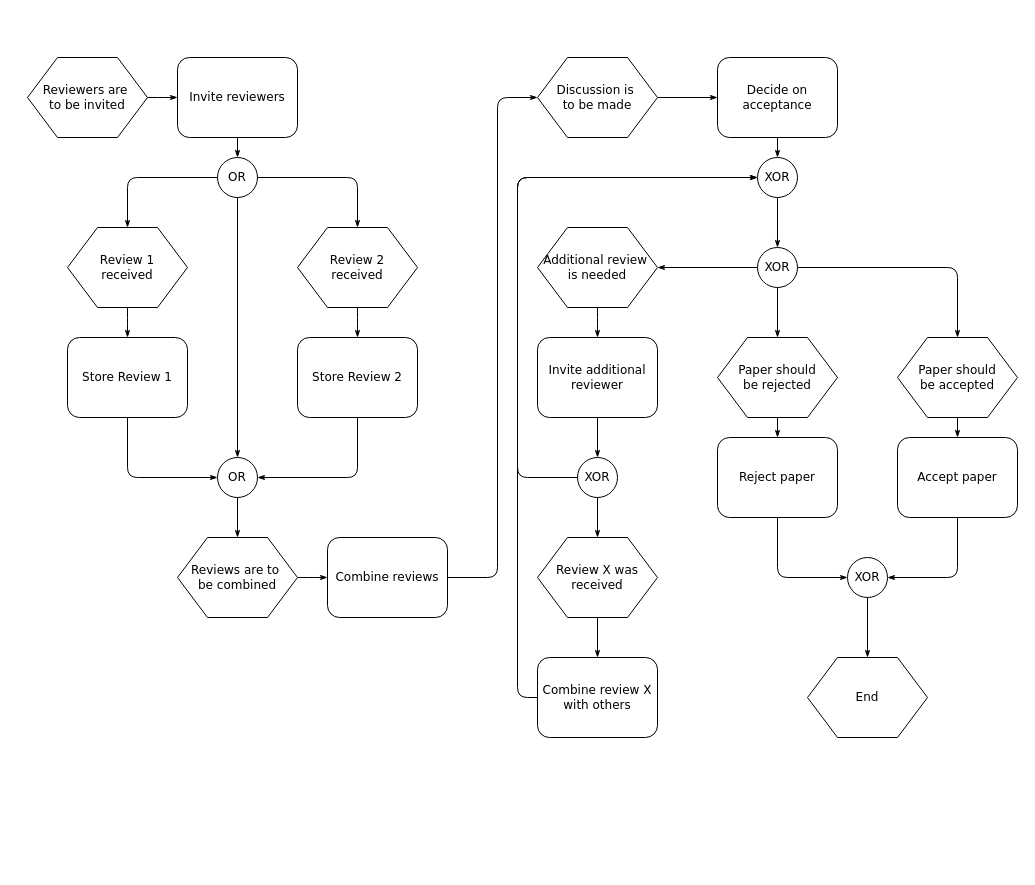
jing-yue/blog keeps this draw.io diagram as 2020/08/05/hello-world/Untitled Diagram.drawio. Above is the earlier version. Source tidied: cells renumbered, new cells numbered last; positions are measured from the earlier drawing's top-left corner, leaving out a move shared by most shapes. Both pictures are drawn from the tidied source at 100%, with x=0, y=0 at pixel (27, 57).
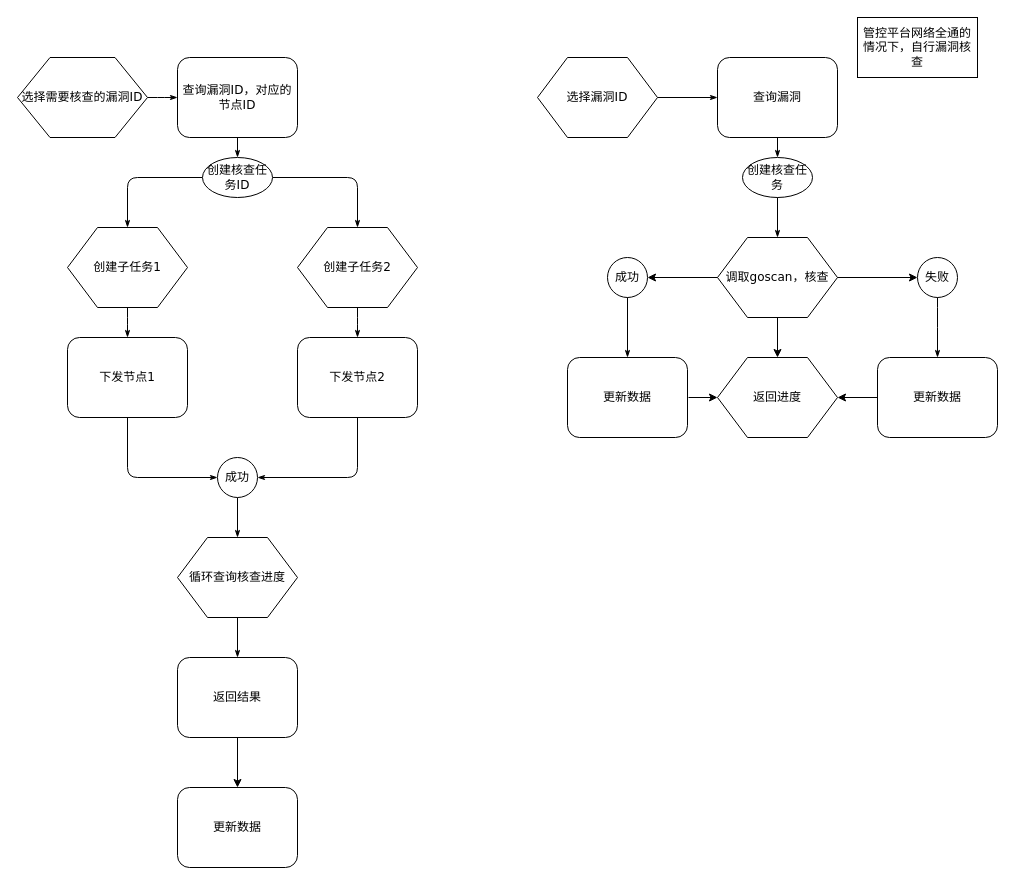
The same diagram, later.

The edit, as a diff of the source:
```diff
@@
-    <mxCell id="3" value="Reviewers are&amp;nbsp;&lt;div&gt;to&amp;nbsp;&lt;span&gt;be invited&lt;/span&gt;&lt;/div&gt;" style="shape=hexagon;perimeter=hexagonPerimeter;whiteSpace=wrap;html=1;rounded=0;shadow=0;labelBackgroundColor=none;strokeWidth=1;fontFamily=Verdana;fontSize=12;align=center;" parent="1" vertex="1">
-      <mxGeometry width="120" height="80" as="geometry" />
+    <mxCell id="3" value="选择需要核查的漏洞ID" style="shape=hexagon;perimeter=hexagonPerimeter;whiteSpace=wrap;html=1;rounded=0;shadow=0;labelBackgroundColor=none;strokeWidth=1;fontFamily=Verdana;fontSize=12;align=center;" parent="1" vertex="1">
+      <mxGeometry x="-10" width="130" height="80" as="geometry" />
     </mxCell>
@@
-    <mxCell id="5" value="Invite reviewers" style="rounded=1;whiteSpace=wrap;html=1;shadow=0;labelBackgroundColor=none;strokeWidth=1;fontFamily=Verdana;fontSize=12;align=center;" parent="1" vertex="1">
+    <mxCell id="5" value="查询漏洞ID，对应的节点ID" style="rounded=1;whiteSpace=wrap;html=1;shadow=0;labelBackgroundColor=none;strokeWidth=1;fontFamily=Verdana;fontSize=12;align=center;" parent="1" vertex="1">
       <mxGeometry x="150" width="120" height="80" as="geometry" />
     </mxCell>
@@
-    <mxCell id="8" style="edgeStyle=orthogonalEdgeStyle;rounded=1;html=1;labelBackgroundColor=none;startArrow=none;startFill=0;startSize=5;endArrow=classicThin;endFill=1;endSize=5;jettySize=auto;strokeWidth=1;fontFamily=Verdana;fontSize=12;" parent="1" edge="1" source="9" target="19">
-      <mxGeometry relative="1" as="geometry" />
-    </mxCell>
-    <mxCell id="9" value="OR" style="ellipse;whiteSpace=wrap;html=1;rounded=1;shadow=0;labelBackgroundColor=none;strokeWidth=1;fontFamily=Verdana;fontSize=12;align=center;" parent="1" vertex="1">
-      <mxGeometry x="190" y="100" width="40" height="40" as="geometry" />
+    <mxCell id="9" value="创建核查任务ID" style="ellipse;whiteSpace=wrap;html=1;rounded=1;shadow=0;labelBackgroundColor=none;strokeWidth=1;fontFamily=Verdana;fontSize=12;align=center;" parent="1" vertex="1">
+      <mxGeometry x="175" y="100" width="70" height="40" as="geometry" />
     </mxCell>
@@
-    <mxCell id="11" value="Review 1&lt;div&gt;received&lt;/div&gt;" style="shape=hexagon;perimeter=hexagonPerimeter;whiteSpace=wrap;html=1;rounded=0;shadow=0;labelBackgroundColor=none;strokeWidth=1;fontFamily=Verdana;fontSize=12;align=center;" parent="1" vertex="1">
+    <mxCell id="11" value="创建子任务1" style="shape=hexagon;perimeter=hexagonPerimeter;whiteSpace=wrap;html=1;rounded=0;shadow=0;labelBackgroundColor=none;strokeWidth=1;fontFamily=Verdana;fontSize=12;align=center;" parent="1" vertex="1">
       <mxGeometry x="40" y="170" width="120" height="80" as="geometry" />
     </mxCell>
@@
-    <mxCell id="13" value="Review 2&lt;div&gt;received&lt;/div&gt;" style="shape=hexagon;perimeter=hexagonPerimeter;whiteSpace=wrap;html=1;rounded=0;shadow=0;labelBackgroundColor=none;strokeWidth=1;fontFamily=Verdana;fontSize=12;align=center;" parent="1" vertex="1">
+    <mxCell id="13" value="创建子任务2" style="shape=hexagon;perimeter=hexagonPerimeter;whiteSpace=wrap;html=1;rounded=0;shadow=0;labelBackgroundColor=none;strokeWidth=1;fontFamily=Verdana;fontSize=12;align=center;" parent="1" vertex="1">
       <mxGeometry x="270" y="170" width="120" height="80" as="geometry" />
     </mxCell>
@@
-    <mxCell id="15" value="Store Review 1" style="rounded=1;whiteSpace=wrap;html=1;shadow=0;labelBackgroundColor=none;strokeWidth=1;fontFamily=Verdana;fontSize=12;align=center;" parent="1" vertex="1">
+    <mxCell id="15" value="下发节点1" style="rounded=1;whiteSpace=wrap;html=1;shadow=0;labelBackgroundColor=none;strokeWidth=1;fontFamily=Verdana;fontSize=12;align=center;" parent="1" vertex="1">
       <mxGeometry x="40" y="280" width="120" height="80" as="geometry" />
     </mxCell>
@@
-    <mxCell id="17" value="Store Review 2" style="rounded=1;whiteSpace=wrap;html=1;shadow=0;labelBackgroundColor=none;strokeWidth=1;fontFamily=Verdana;fontSize=12;align=center;" parent="1" vertex="1">
+    <mxCell id="17" value="下发节点2" style="rounded=1;whiteSpace=wrap;html=1;shadow=0;labelBackgroundColor=none;strokeWidth=1;fontFamily=Verdana;fontSize=12;align=center;" parent="1" vertex="1">
       <mxGeometry x="270" y="280" width="120" height="80" as="geometry" />
     </mxCell>
@@
-    <mxCell id="19" value="OR" style="ellipse;whiteSpace=wrap;html=1;rounded=1;shadow=0;labelBackgroundColor=none;strokeWidth=1;fontFamily=Verdana;fontSize=12;align=center;" parent="1" vertex="1">
+    <mxCell id="19" value="成功" style="ellipse;whiteSpace=wrap;html=1;rounded=1;shadow=0;labelBackgroundColor=none;strokeWidth=1;fontFamily=Verdana;fontSize=12;align=center;" parent="1" vertex="1">
       <mxGeometry x="190" y="400" width="40" height="40" as="geometry" />
     </mxCell>
@@
-    <mxCell id="21" value="Reviews are to&amp;nbsp;&lt;div&gt;be combined&lt;/div&gt;" style="shape=hexagon;perimeter=hexagonPerimeter;whiteSpace=wrap;html=1;rounded=0;shadow=0;labelBackgroundColor=none;strokeWidth=1;fontFamily=Verdana;fontSize=12;align=center;" parent="1" vertex="1">
+    <mxCell id="21" value="循环查询核查进度" style="shape=hexagon;perimeter=hexagonPerimeter;whiteSpace=wrap;html=1;rounded=0;shadow=0;labelBackgroundColor=none;strokeWidth=1;fontFamily=Verdana;fontSize=12;align=center;" parent="1" vertex="1">
       <mxGeometry x="150" y="480" width="120" height="80" as="geometry" />
     </mxCell>
-    <mxCell id="22" style="edgeStyle=orthogonalEdgeStyle;rounded=1;html=1;labelBackgroundColor=none;startArrow=none;startFill=0;startSize=5;endArrow=classicThin;endFill=1;endSize=5;jettySize=auto;strokeWidth=1;fontFamily=Verdana;fontSize=8;" parent="1" edge="1" source="23" target="25">
-      <mxGeometry relative="1" as="geometry">
-        <Array as="points">
-          <mxPoint x="470" y="520" />
-          <mxPoint x="470" y="40" />
-        </Array>
-      </mxGeometry>
-    </mxCell>
+    <mxCell id="56" style="edgeStyle=orthogonalEdgeStyle;rounded=0;jettySize=auto;html=1;" parent="1" edge="1" source="23" target="57">
+      <mxGeometry relative="1" as="geometry" />
+    </mxCell>
-    <mxCell id="23" value="Combine reviews" style="rounded=1;whiteSpace=wrap;html=1;shadow=0;labelBackgroundColor=none;strokeWidth=1;fontFamily=Verdana;fontSize=12;align=center;" parent="1" vertex="1">
-      <mxGeometry x="300" y="480" width="120" height="80" as="geometry" />
+    <mxCell id="23" value="返回结果" style="rounded=1;whiteSpace=wrap;html=1;shadow=0;labelBackgroundColor=none;strokeWidth=1;fontFamily=Verdana;fontSize=12;align=center;" parent="1" vertex="1">
+      <mxGeometry x="150" y="600" width="120" height="80" as="geometry" />
     </mxCell>
@@
-    <mxCell id="25" value="Discussion is&amp;nbsp;&lt;div&gt;to be made&lt;/div&gt;" style="shape=hexagon;perimeter=hexagonPerimeter;whiteSpace=wrap;html=1;rounded=0;shadow=0;labelBackgroundColor=none;strokeWidth=1;fontFamily=Verdana;fontSize=12;align=center;" parent="1" vertex="1">
+    <mxCell id="25" value="选择漏洞ID" style="shape=hexagon;perimeter=hexagonPerimeter;whiteSpace=wrap;html=1;rounded=0;shadow=0;labelBackgroundColor=none;strokeWidth=1;fontFamily=Verdana;fontSize=12;align=center;" parent="1" vertex="1">
       <mxGeometry x="510" width="120" height="80" as="geometry" />
     </mxCell>
@@
-    <mxCell id="27" value="Decide on acceptance" style="rounded=1;whiteSpace=wrap;html=1;shadow=0;labelBackgroundColor=none;strokeWidth=1;fontFamily=Verdana;fontSize=12;align=center;" parent="1" vertex="1">
+    <mxCell id="27" value="查询漏洞" style="rounded=1;whiteSpace=wrap;html=1;shadow=0;labelBackgroundColor=none;strokeWidth=1;fontFamily=Verdana;fontSize=12;align=center;" parent="1" vertex="1">
       <mxGeometry x="690" width="120" height="80" as="geometry" />
     </mxCell>
-    <mxCell id="28" style="edgeStyle=orthogonalEdgeStyle;rounded=1;html=1;labelBackgroundColor=none;startArrow=none;startFill=0;startSize=5;endArrow=classicThin;endFill=1;endSize=5;jettySize=auto;strokeColor=#000000;strokeWidth=1;fontFamily=Verdana;fontSize=8;fontColor=#000000;" parent="1" edge="1" source="29" target="35">
-      <mxGeometry relative="1" as="geometry" />
-    </mxCell>
-    <mxCell id="29" value="XOR" style="ellipse;whiteSpace=wrap;html=1;rounded=1;shadow=0;labelBackgroundColor=none;strokeWidth=1;fontFamily=Verdana;fontSize=12;align=center;" parent="1" vertex="1">
-      <mxGeometry x="730" y="100" width="40" height="40" as="geometry" />
+    <mxCell id="29" value="创建核查任务" style="ellipse;whiteSpace=wrap;html=1;rounded=1;shadow=0;labelBackgroundColor=none;strokeWidth=1;fontFamily=Verdana;fontSize=12;align=center;" parent="1" vertex="1">
+      <mxGeometry x="715" y="100" width="70" height="40" as="geometry" />
     </mxCell>
-    <mxCell id="30" style="edgeStyle=orthogonalEdgeStyle;rounded=1;html=1;labelBackgroundColor=none;startArrow=none;startFill=0;startSize=5;endArrow=classicThin;endFill=1;endSize=5;jettySize=auto;strokeWidth=1;fontFamily=Verdana;fontSize=8;" parent="1" edge="1" source="31" target="37">
-      <mxGeometry relative="1" as="geometry" />
-    </mxCell>
-    <mxCell id="31" value="Additional review&amp;nbsp;&lt;div&gt;is needed&lt;/div&gt;" style="shape=hexagon;perimeter=hexagonPerimeter;whiteSpace=wrap;html=1;rounded=0;shadow=0;labelBackgroundColor=none;strokeWidth=1;fontFamily=Verdana;fontSize=12;align=center;" parent="1" vertex="1">
-      <mxGeometry x="510" y="170" width="120" height="80" as="geometry" />
-    </mxCell>
-    <mxCell id="32" style="edgeStyle=orthogonalEdgeStyle;rounded=1;html=1;labelBackgroundColor=none;startArrow=none;startFill=0;startSize=5;endArrow=classicThin;endFill=1;endSize=5;jettySize=auto;strokeColor=#000000;strokeWidth=1;fontFamily=Verdana;fontSize=8;fontColor=#000000;" parent="1" edge="1" source="35" target="39">
+    <mxCell id="32" style="edgeStyle=orthogonalEdgeStyle;rounded=1;html=1;labelBackgroundColor=none;startArrow=none;startFill=0;startSize=5;endArrow=classicThin;endFill=1;endSize=5;jettySize=auto;strokeColor=#000000;strokeWidth=1;fontFamily=Verdana;fontSize=8;fontColor=#000000;exitX=0.5;exitY=1;exitDx=0;exitDy=0;" parent="1" edge="1" source="29" target="39">
       <mxGeometry relative="1" as="geometry" />
     </mxCell>
-    <mxCell id="33" style="edgeStyle=orthogonalEdgeStyle;rounded=1;html=1;labelBackgroundColor=none;startArrow=none;startFill=0;startSize=5;endArrow=classicThin;endFill=1;endSize=5;jettySize=auto;strokeColor=#000000;strokeWidth=1;fontFamily=Verdana;fontSize=8;fontColor=#000000;" parent="1" edge="1" source="35" target="41">
-      <mxGeometry relative="1" as="geometry" />
-    </mxCell>
-    <mxCell id="34" style="edgeStyle=orthogonalEdgeStyle;rounded=1;html=1;labelBackgroundColor=none;startArrow=none;startFill=0;startSize=5;endArrow=classicThin;endFill=1;endSize=5;jettySize=auto;strokeColor=#000000;strokeWidth=1;fontFamily=Verdana;fontSize=8;fontColor=#000000;" parent="1" edge="1" source="35" target="31">
-      <mxGeometry relative="1" as="geometry" />
-    </mxCell>
-    <mxCell id="35" value="XOR" style="ellipse;whiteSpace=wrap;html=1;rounded=1;shadow=0;labelBackgroundColor=none;strokeWidth=1;fontFamily=Verdana;fontSize=12;align=center;" parent="1" vertex="1">
-      <mxGeometry x="730" y="190" width="40" height="40" as="geometry" />
-    </mxCell>
-    <mxCell id="36" style="edgeStyle=orthogonalEdgeStyle;rounded=1;html=1;labelBackgroundColor=none;startArrow=none;startFill=0;startSize=5;endArrow=classicThin;endFill=1;endSize=5;jettySize=auto;strokeWidth=1;fontFamily=Verdana;fontSize=8;" parent="1" edge="1" source="37" target="44">
-      <mxGeometry relative="1" as="geometry" />
-    </mxCell>
-    <mxCell id="37" value="Invite additional reviewer" style="rounded=1;whiteSpace=wrap;html=1;shadow=0;labelBackgroundColor=none;strokeWidth=1;fontFamily=Verdana;fontSize=12;align=center;" parent="1" vertex="1">
-      <mxGeometry x="510" y="280" width="120" height="80" as="geometry" />
-    </mxCell>
-    <mxCell id="38" style="edgeStyle=orthogonalEdgeStyle;rounded=1;html=1;labelBackgroundColor=none;startArrow=none;startFill=0;startSize=5;endArrow=classicThin;endFill=1;endSize=5;jettySize=auto;strokeWidth=1;fontFamily=Verdana;fontSize=8;" parent="1" edge="1" source="39" target="46">
-      <mxGeometry relative="1" as="geometry" />
-    </mxCell>
-    <mxCell id="39" value="Paper should&lt;div&gt;be rejected&lt;/div&gt;" style="shape=hexagon;perimeter=hexagonPerimeter;whiteSpace=wrap;html=1;rounded=0;shadow=0;labelBackgroundColor=none;strokeWidth=1;fontFamily=Verdana;fontSize=12;align=center;" parent="1" vertex="1">
-      <mxGeometry x="690" y="280" width="120" height="80" as="geometry" />
+    <mxCell id="39" value="&lt;span&gt;调取goscan，核查&lt;/span&gt;" style="shape=hexagon;perimeter=hexagonPerimeter;whiteSpace=wrap;html=1;rounded=0;shadow=0;labelBackgroundColor=none;strokeWidth=1;fontFamily=Verdana;fontSize=12;align=center;" parent="1" vertex="1">
+      <mxGeometry x="690" y="180" width="120" height="80" as="geometry" />
     </mxCell>
-    <mxCell id="40" style="edgeStyle=orthogonalEdgeStyle;rounded=1;html=1;labelBackgroundColor=none;startArrow=none;startFill=0;startSize=5;endArrow=classicThin;endFill=1;endSize=5;jettySize=auto;strokeWidth=1;fontFamily=Verdana;fontSize=8;" parent="1" edge="1" source="41" target="48">
-      <mxGeometry relative="1" as="geometry" />
-    </mxCell>
-    <mxCell id="41" value="Paper should&lt;div&gt;be accepted&lt;/div&gt;" style="shape=hexagon;perimeter=hexagonPerimeter;whiteSpace=wrap;html=1;rounded=0;shadow=0;labelBackgroundColor=none;strokeWidth=1;fontFamily=Verdana;fontSize=12;align=center;" parent="1" vertex="1">
-      <mxGeometry x="870" y="280" width="120" height="80" as="geometry" />
-    </mxCell>
-    <mxCell id="42" style="edgeStyle=orthogonalEdgeStyle;rounded=1;html=1;labelBackgroundColor=none;startArrow=none;startFill=0;startSize=5;endArrow=classicThin;endFill=1;endSize=5;jettySize=auto;strokeWidth=1;fontFamily=Verdana;fontSize=8;" parent="1" edge="1" source="44" target="50">
-      <mxGeometry relative="1" as="geometry" />
-    </mxCell>
-    <mxCell id="43" style="edgeStyle=orthogonalEdgeStyle;rounded=1;html=1;labelBackgroundColor=none;startArrow=none;startFill=0;startSize=5;endArrow=classicThin;endFill=1;endSize=5;jettySize=auto;strokeWidth=1;fontFamily=Verdana;fontSize=8;" parent="1" edge="1" source="44" target="29">
-      <mxGeometry relative="1" as="geometry">
-        <Array as="points">
-          <mxPoint x="490" y="420" />
-          <mxPoint x="490" y="120" />
-        </Array>
-      </mxGeometry>
-    </mxCell>
-    <mxCell id="44" value="XOR" style="ellipse;whiteSpace=wrap;html=1;rounded=1;shadow=0;labelBackgroundColor=none;strokeWidth=1;fontFamily=Verdana;fontSize=12;align=center;" parent="1" vertex="1">
-      <mxGeometry x="550" y="400" width="40" height="40" as="geometry" />
+    <mxCell id="44" value="成功" style="ellipse;whiteSpace=wrap;html=1;rounded=1;shadow=0;labelBackgroundColor=none;strokeWidth=1;fontFamily=Verdana;fontSize=12;align=center;" parent="1" vertex="1">
+      <mxGeometry x="580" y="200" width="40" height="40" as="geometry" />
     </mxCell>
-    <mxCell id="45" style="edgeStyle=orthogonalEdgeStyle;rounded=1;html=1;labelBackgroundColor=none;startArrow=none;startFill=0;startSize=5;endArrow=classicThin;endFill=1;endSize=5;jettySize=auto;strokeWidth=1;fontFamily=Verdana;fontSize=8;" parent="1" edge="1" source="46" target="52">
-      <mxGeometry relative="1" as="geometry">
-        <Array as="points">
-          <mxPoint x="750" y="520" />
-        </Array>
-      </mxGeometry>
-    </mxCell>
-    <mxCell id="46" value="Reject paper" style="rounded=1;whiteSpace=wrap;html=1;shadow=0;labelBackgroundColor=none;strokeWidth=1;fontFamily=Verdana;fontSize=12;align=center;" parent="1" vertex="1">
-      <mxGeometry x="690" y="380" width="120" height="80" as="geometry" />
-    </mxCell>
-    <mxCell id="47" style="edgeStyle=orthogonalEdgeStyle;rounded=1;html=1;labelBackgroundColor=none;startArrow=none;startFill=0;startSize=5;endArrow=classicThin;endFill=1;endSize=5;jettySize=auto;strokeWidth=1;fontFamily=Verdana;fontSize=8;" parent="1" edge="1" source="48" target="52">
-      <mxGeometry relative="1" as="geometry">
-        <Array as="points">
-          <mxPoint x="930" y="520" />
-        </Array>
-      </mxGeometry>
-    </mxCell>
-    <mxCell id="48" value="Accept paper" style="rounded=1;whiteSpace=wrap;html=1;shadow=0;labelBackgroundColor=none;strokeWidth=1;fontFamily=Verdana;fontSize=12;align=center;" parent="1" vertex="1">
-      <mxGeometry x="870" y="380" width="120" height="80" as="geometry" />
-    </mxCell>
-    <mxCell id="49" style="edgeStyle=orthogonalEdgeStyle;rounded=1;html=1;labelBackgroundColor=none;startArrow=none;startFill=0;startSize=5;endArrow=classicThin;endFill=1;endSize=5;jettySize=auto;strokeWidth=1;fontFamily=Verdana;fontSize=8;" parent="1" edge="1" source="50" target="55">
+    <mxCell id="49" style="edgeStyle=orthogonalEdgeStyle;rounded=1;html=1;labelBackgroundColor=none;startArrow=none;startFill=0;startSize=5;endArrow=classicThin;endFill=1;endSize=5;jettySize=auto;strokeWidth=1;fontFamily=Verdana;fontSize=8;exitX=0.5;exitY=1;exitDx=0;exitDy=0;" parent="1" edge="1" source="44" target="55">
       <mxGeometry relative="1" as="geometry" />
     </mxCell>
-    <mxCell id="50" value="Review X was received" style="shape=hexagon;perimeter=hexagonPerimeter;whiteSpace=wrap;html=1;rounded=0;shadow=0;labelBackgroundColor=none;strokeWidth=1;fontFamily=Verdana;fontSize=12;align=center;" parent="1" vertex="1">
-      <mxGeometry x="510" y="480" width="120" height="80" as="geometry" />
+    <mxCell id="50" value="返回进度" style="shape=hexagon;perimeter=hexagonPerimeter;whiteSpace=wrap;html=1;rounded=0;shadow=0;labelBackgroundColor=none;strokeWidth=1;fontFamily=Verdana;fontSize=12;align=center;" parent="1" vertex="1">
+      <mxGeometry x="690" y="300" width="120" height="80" as="geometry" />
     </mxCell>
-    <mxCell id="51" style="edgeStyle=orthogonalEdgeStyle;rounded=1;html=1;labelBackgroundColor=none;startArrow=none;startFill=0;startSize=5;endArrow=classicThin;endFill=1;endSize=5;jettySize=auto;strokeWidth=1;fontFamily=Verdana;fontSize=8;" parent="1" edge="1" source="52" target="53">
-      <mxGeometry relative="1" as="geometry" />
-    </mxCell>
-    <mxCell id="52" value="XOR" style="ellipse;whiteSpace=wrap;html=1;rounded=1;shadow=0;labelBackgroundColor=none;strokeWidth=1;fontFamily=Verdana;fontSize=12;align=center;" parent="1" vertex="1">
-      <mxGeometry x="820" y="500" width="40" height="40" as="geometry" />
-    </mxCell>
-    <mxCell id="53" value="End" style="shape=hexagon;perimeter=hexagonPerimeter;whiteSpace=wrap;html=1;rounded=0;shadow=0;labelBackgroundColor=none;strokeWidth=1;fontFamily=Verdana;fontSize=12;align=center;" parent="1" vertex="1">
-      <mxGeometry x="780" y="600" width="120" height="80" as="geometry" />
-    </mxCell>
-    <mxCell id="54" style="edgeStyle=orthogonalEdgeStyle;rounded=1;html=1;labelBackgroundColor=none;startArrow=none;startFill=0;startSize=5;endArrow=classicThin;endFill=1;endSize=5;jettySize=auto;sstrokeWidth=1;fontFamily=Verdana;fontSize=8;" parent="1" edge="1" source="55" target="29">
-      <mxGeometry relative="1" as="geometry">
-        <Array as="points">
-          <mxPoint x="490" y="640" />
-          <mxPoint x="490" y="120" />
-        </Array>
-      </mxGeometry>
-    </mxCell>
-    <mxCell id="55" value="Combine review X with others" style="rounded=1;whiteSpace=wrap;html=1;shadow=0;labelBackgroundColor=none;strokeWidth=1;fontFamily=Verdana;fontSize=12;align=center;" parent="1" vertex="1">
-      <mxGeometry x="510" y="600" width="120" height="80" as="geometry" />
+    <mxCell id="55" value="更新数据" style="rounded=1;whiteSpace=wrap;html=1;shadow=0;labelBackgroundColor=none;strokeWidth=1;fontFamily=Verdana;fontSize=12;align=center;" parent="1" vertex="1">
+      <mxGeometry x="540" y="300" width="120" height="80" as="geometry" />
     </mxCell>
+    <mxCell id="57" value="更新数据" style="rounded=1;whiteSpace=wrap;html=1;shadow=0;labelBackgroundColor=none;strokeWidth=1;fontFamily=Verdana;fontSize=12;align=center;" parent="1" vertex="1">
+      <mxGeometry x="150" y="730" width="120" height="80" as="geometry" />
+    </mxCell>
+    <mxCell id="58" value="管控平台网络全通的情况下，自行漏洞核查" style="whiteSpace=wrap;html=1;" parent="1" vertex="1">
+      <mxGeometry x="830" y="-40" width="120" height="60" as="geometry" />
+    </mxCell>
+    <mxCell id="59" style="endArrow=classic;html=1;exitX=0;exitY=0.5;exitDx=0;exitDy=0;entryX=1;entryY=0.5;entryDx=0;entryDy=0;" parent="1" edge="1" source="39" target="44">
+      <mxGeometry relative="1" as="geometry" />
+    </mxCell>
+    <mxCell id="60" style="endArrow=classic;html=1;exitX=1;exitY=0.5;exitDx=0;exitDy=0;" parent="1" edge="1" source="39">
+      <mxGeometry relative="1" as="geometry">
+        <mxPoint x="890" y="220" as="targetPoint" />
+      </mxGeometry>
+    </mxCell>
+    <mxCell id="61" value="失败" style="ellipse;whiteSpace=wrap;html=1;rounded=1;shadow=0;labelBackgroundColor=none;strokeWidth=1;fontFamily=Verdana;fontSize=12;align=center;" parent="1" vertex="1">
+      <mxGeometry x="890" y="200" width="40" height="40" as="geometry" />
+    </mxCell>
+    <mxCell id="62" value="更新数据" style="rounded=1;whiteSpace=wrap;html=1;shadow=0;labelBackgroundColor=none;strokeWidth=1;fontFamily=Verdana;fontSize=12;align=center;" parent="1" vertex="1">
+      <mxGeometry x="850" y="300" width="120" height="80" as="geometry" />
+    </mxCell>
+    <mxCell id="63" style="edgeStyle=orthogonalEdgeStyle;rounded=1;html=1;labelBackgroundColor=none;startArrow=none;startFill=0;startSize=5;endArrow=classicThin;endFill=1;endSize=5;jettySize=auto;strokeWidth=1;fontFamily=Verdana;fontSize=8;exitX=0.5;exitY=1;exitDx=0;exitDy=0;entryX=0.5;entryY=0;entryDx=0;entryDy=0;" parent="1" edge="1" source="61">
+      <mxGeometry relative="1" as="geometry">
+        <mxPoint x="910" y="300" as="targetPoint" />
+        <Array as="points">
+          <mxPoint x="910" y="260" />
+          <mxPoint x="910" y="260" />
+        </Array>
+      </mxGeometry>
+    </mxCell>
+    <mxCell id="64" style="endArrow=classic;html=1;exitX=0.5;exitY=1;exitDx=0;exitDy=0;entryX=0.5;entryY=0;entryDx=0;entryDy=0;" parent="1" edge="1" source="39" target="50">
+      <mxGeometry relative="1" as="geometry" />
+    </mxCell>
+    <mxCell id="65" style="endArrow=classic;html=1;exitX=0;exitY=0.5;exitDx=0;exitDy=0;entryX=1;entryY=0.5;entryDx=0;entryDy=0;" parent="1" edge="1" source="62" target="50">
+      <mxGeometry relative="1" as="geometry" />
+    </mxCell>
+    <mxCell id="66" style="endArrow=classic;html=1;" parent="1" edge="1">
+      <mxGeometry relative="1" as="geometry">
+        <mxPoint x="661" y="340" as="sourcePoint" />
+        <mxPoint x="690" y="340" as="targetPoint" />
+      </mxGeometry>
+    </mxCell>
```
